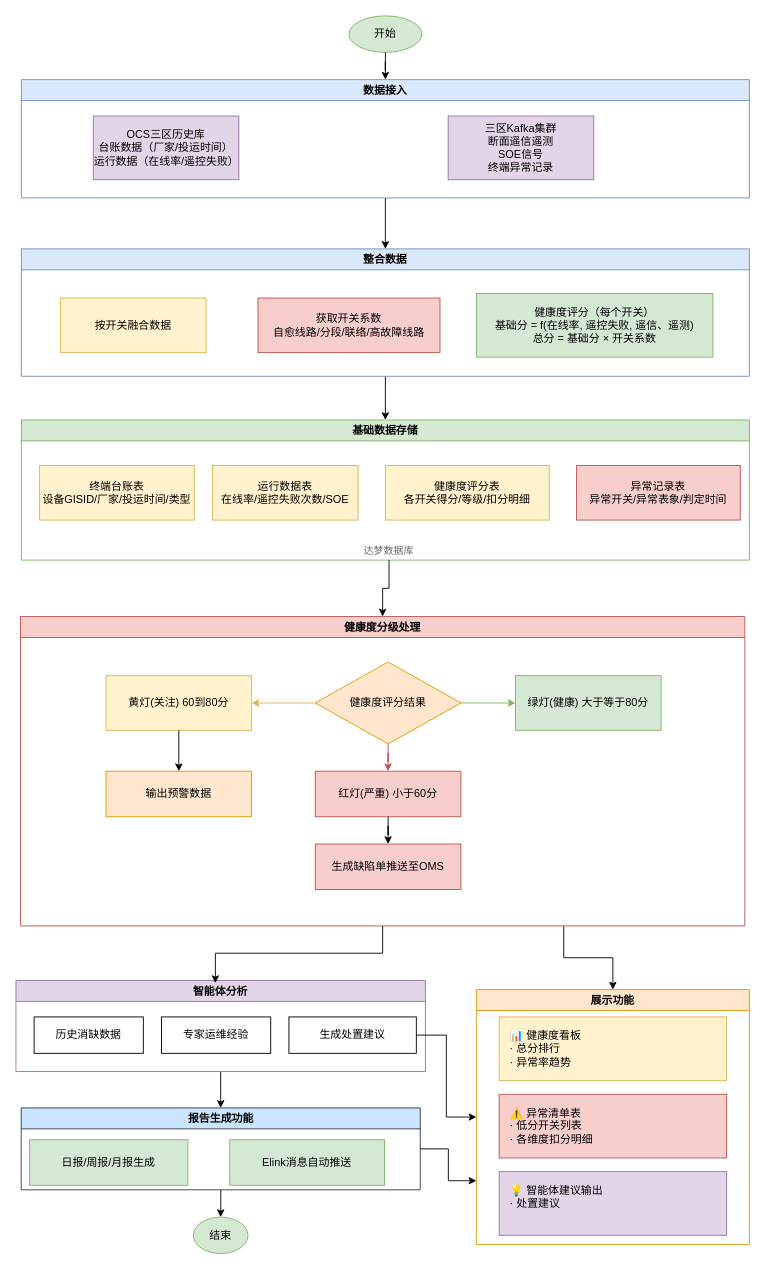
Before: 流程图.drawio in LieCoding/pwjkd, a draw.io diagram. Source tidied: cells renumbered, new cells numbered last; positions are measured from the earlier drawing's top-left corner, leaving out a move shared by most shapes. Both pictures are drawn from the tidied source at 91%, with x=0, y=0 at pixel (15, 15).
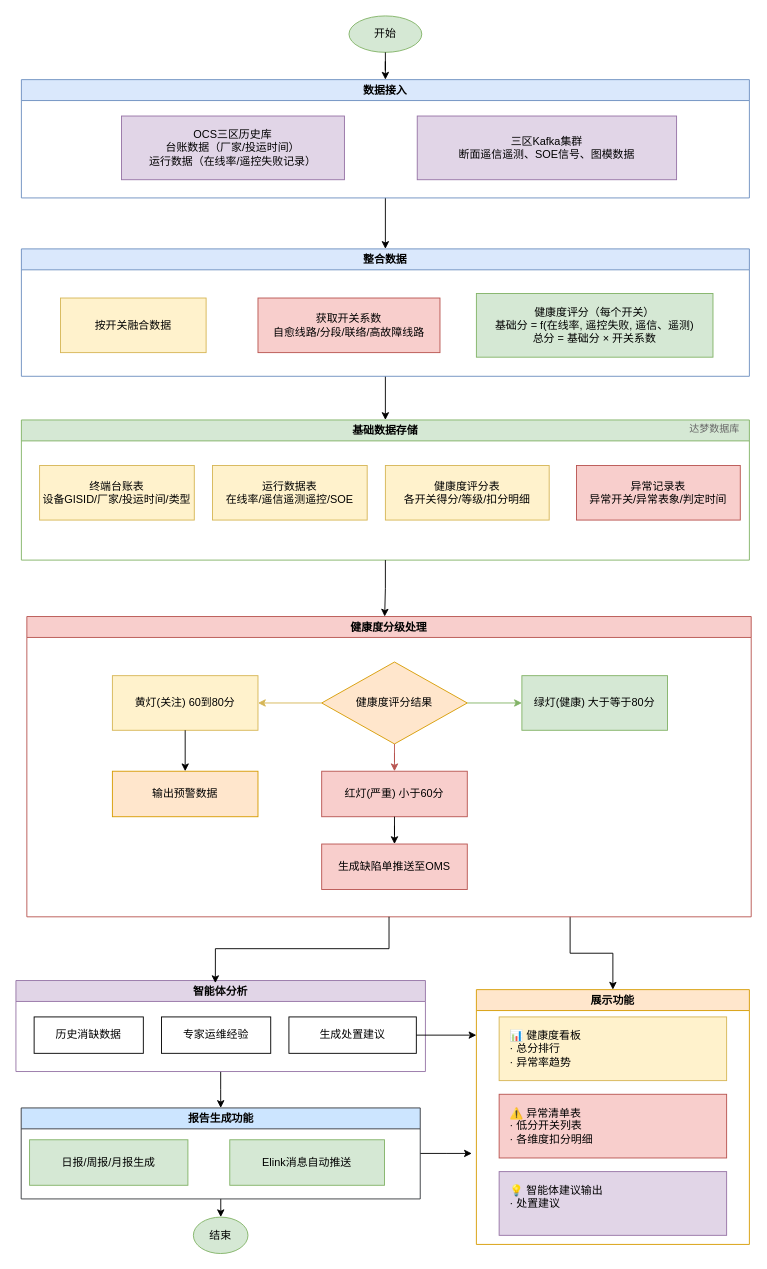
After the change.

Commit message:
更新流程图.drawio

The change refers to these unchanged cells:
```xml
<mxCell id="4" value="数据接入" style="swimlane;whiteSpace=wrap;html=1;fillColor=#dae8fc;strokeColor=#6c8ebf;" parent="1" vertex="1">
  <mxGeometry x="6" y="70" width="800" height="130" as="geometry" />
</mxCell>
<mxCell id="8" value="基础数据存储" style="swimlane;whiteSpace=wrap;html=1;fillColor=#d5e8d4;strokeColor=#82b366;fontStyle=1;" parent="1" vertex="1">
  <mxGeometry x="6" y="444" width="800" height="154" as="geometry" />
</mxCell>
<mxCell id="18" value="生成处置建议" style="rounded=0;whiteSpace=wrap;html=1;" parent="15" vertex="1">
  <mxGeometry x="300" y="40" width="140" height="40" as="geometry" />
</mxCell>
<mxCell id="19" value="展示功能" style="swimlane;whiteSpace=wrap;html=1;fillColor=#ffe6cc;strokeColor=#d79b00;fontStyle=1;" parent="1" vertex="1">
  <mxGeometry x="506" y="1070" width="300" height="280" as="geometry" />
</mxCell>
```

The edit, as a diff of the source:
```diff
@@
-    <mxCell id="5" value="OCS三区历史库&lt;br&gt;台账数据（厂家/投运时间）&lt;br&gt;运行数据（在线率/遥控失败）" style="rounded=0;whiteSpace=wrap;html=1;fillColor=#e1d5e7;strokeColor=#9673a6;" parent="4" vertex="1">
-      <mxGeometry x="79" y="40" width="160" height="70" as="geometry" />
+    <mxCell id="5" value="OCS三区历史库&lt;br&gt;台账数据（厂家/投运时间）&lt;br&gt;运行数据（在线率/遥控失败记录）" style="rounded=0;whiteSpace=wrap;html=1;fillColor=#e1d5e7;strokeColor=#9673a6;" parent="4" vertex="1">
+      <mxGeometry x="110" y="40" width="245" height="70" as="geometry" />
     </mxCell>
-    <mxCell id="6" value="三区Kafka集群&lt;br&gt;断面遥信遥测&lt;br&gt;SOE信号&lt;div&gt;终端异常记录&lt;/div&gt;" style="rounded=0;whiteSpace=wrap;html=1;fillColor=#e1d5e7;strokeColor=#9673a6;" parent="4" vertex="1">
-      <mxGeometry x="469" y="40" width="160" height="70" as="geometry" />
+    <mxCell id="6" value="三区Kafka集群&lt;br&gt;断面遥信遥测、SOE信号、&lt;span style=&quot;background-color: transparent; color: light-dark(rgb(0, 0, 0), rgb(255, 255, 255));&quot;&gt;图模数据&lt;/span&gt;" style="rounded=0;whiteSpace=wrap;html=1;fillColor=#e1d5e7;strokeColor=#9673a6;" parent="4" vertex="1">
+      <mxGeometry x="435" y="40" width="285" height="70" as="geometry" />
     </mxCell>
@@
-    <mxCell id="10" value="运行数据表&#10;在线率/遥控失败次数/SOE" style="rounded=0;whiteSpace=wrap;html=1;fillColor=#fff2cc;strokeColor=#d6b656;" parent="8" vertex="1">
-      <mxGeometry x="210" y="50" width="160" height="60" as="geometry" />
+    <mxCell id="10" value="运行数据表&lt;br&gt;在线率/遥信遥测遥控/SOE" style="rounded=0;whiteSpace=wrap;html=1;fillColor=#fff2cc;strokeColor=#d6b656;" parent="8" vertex="1">
+      <mxGeometry x="210" y="50" width="170" height="60" as="geometry" />
     </mxCell>
@@
     <mxCell id="13" value="达梦数据库" style="text;html=1;strokeColor=none;fillColor=none;align=center;verticalAlign=middle;whiteSpace=wrap;rounded=0;fontSize=11;fontColor=#666666;" parent="8" vertex="1">
-      <mxGeometry x="254" y="134" width="300" height="20" as="geometry" />
+      <mxGeometry x="724" width="76" height="20" as="geometry" />
     </mxCell>
@@
     <mxCell id="29" value="健康度分级处理" style="swimlane;whiteSpace=wrap;html=1;fillColor=#f8cecc;strokeColor=#b85450;fontStyle=1;" parent="1" vertex="1">
-      <mxGeometry x="5" y="660" width="796" height="340" as="geometry" />
+      <mxGeometry x="12" y="660" width="796" height="330" as="geometry" />
     </mxCell>
@@
-    <mxCell id="41" style="edgeStyle=orthogonalEdgeStyle;rounded=0;jettySize=auto;html=1;exitX=0.5;exitY=1;exitDx=0;exitDy=0;" parent="1" edge="1" source="13" target="29">
-      <mxGeometry relative="1" as="geometry" />
-    </mxCell>
@@
-    <mxCell id="43" style="edgeStyle=orthogonalEdgeStyle;rounded=0;jettySize=auto;html=1;entryX=0;entryY=0.5;entryDx=0;entryDy=0;" parent="1" edge="1" source="18" target="19">
-      <mxGeometry relative="1" as="geometry" />
+    <mxCell id="43" style="edgeStyle=orthogonalEdgeStyle;rounded=0;jettySize=auto;html=1;" parent="1" edge="1" source="18">
+      <mxGeometry relative="1" as="geometry">
+        <mxPoint x="506" y="1120" as="targetPoint" />
+        <Array as="points">
+          <mxPoint x="506" y="1120" />
+        </Array>
+      </mxGeometry>
     </mxCell>
-    <mxCell id="44" style="edgeStyle=orthogonalEdgeStyle;rounded=0;jettySize=auto;html=1;entryX=0;entryY=0.75;entryDx=0;entryDy=0;" parent="1" edge="1" source="46" target="19">
-      <mxGeometry relative="1" as="geometry" />
+    <mxCell id="44" style="edgeStyle=orthogonalEdgeStyle;rounded=0;jettySize=auto;html=1;" parent="1" edge="1" source="46">
+      <mxGeometry relative="1" as="geometry">
+        <mxPoint x="501" y="1250" as="targetPoint" />
+      </mxGeometry>
     </mxCell>
@@
     <mxCell id="46" value="报告生成功能" style="swimlane;whiteSpace=wrap;html=1;fillColor=#cce5ff;strokeColor=#36393d;" parent="1" vertex="1">
-      <mxGeometry x="5.8" y="1200" width="438.5" height="90" as="geometry" />
+      <mxGeometry x="5.8" y="1200" width="438.5" height="100" as="geometry" />
     </mxCell>
@@
+    <mxCell id="50" style="edgeStyle=orthogonalEdgeStyle;rounded=0;jettySize=auto;html=1;entryX=0.494;entryY=0;entryDx=0;entryDy=0;entryPerimeter=0;" parent="1" edge="1" source="8" target="29">
+      <mxGeometry relative="1" as="geometry" />
+    </mxCell>
```
